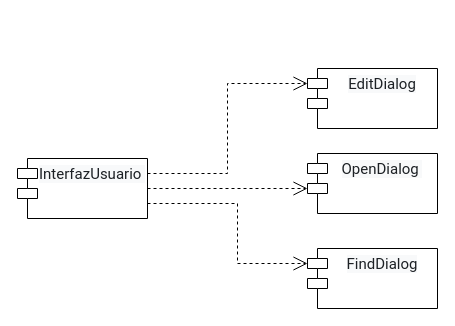
Before: Diagramas componentes.drawio in misiomishi/itcj, a draw.io diagram. Source tidied: cells renumbered, new cells numbered last; positions are measured from the earlier drawing's top-left corner, leaving out a move shared by most shapes. Both pictures are drawn from the tidied source at 100%, with x=0, y=0 at pixel (17, 68).
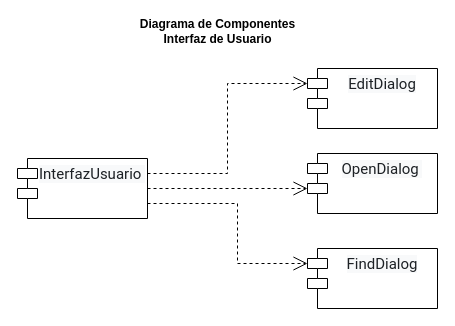
After the change.

Diff of the diagram source:
```diff
@@
 <mxGraphModel>
   <root>
     <mxCell id="0" />
     <mxCell id="1" parent="0" />
     <mxCell id="2" value="&lt;span style=&quot;color: rgb(29, 33, 37); font-family: Roboto; font-size: 15px; text-align: left; background-color: rgb(248, 249, 250);&quot;&gt;InterfazUsuario&amp;nbsp;&lt;/span&gt;" style="shape=module;align=left;spacingLeft=20;align=center;verticalAlign=top;whiteSpace=wrap;html=1;" parent="1" vertex="1">
       <mxGeometry y="90" width="130" height="60" as="geometry" />
     </mxCell>
     <mxCell id="3" value="&lt;span style=&quot;color: rgb(29, 33, 37); font-family: Roboto; font-size: 15px; text-align: left; background-color: rgb(248, 249, 250);&quot;&gt;EditDialog&lt;/span&gt;" style="shape=module;align=left;spacingLeft=20;align=center;verticalAlign=top;whiteSpace=wrap;html=1;" parent="1" vertex="1">
       <mxGeometry x="290" width="130" height="60" as="geometry" />
     </mxCell>
     <mxCell id="4" value="&lt;span style=&quot;color: rgb(29, 33, 37); font-family: Roboto; font-size: 15px; text-align: left; background-color: rgb(248, 249, 250);&quot;&gt;OpenDialog&amp;nbsp;&lt;/span&gt;" style="shape=module;align=left;spacingLeft=20;align=center;verticalAlign=top;whiteSpace=wrap;html=1;" parent="1" vertex="1">
       <mxGeometry x="290" y="85" width="130" height="60" as="geometry" />
     </mxCell>
     <mxCell id="5" value="&lt;span style=&quot;color: rgb(29, 33, 37); font-family: Roboto; font-size: 15px; text-align: left; background-color: rgb(248, 249, 250);&quot;&gt;FindDialog&lt;/span&gt;" style="shape=module;align=left;spacingLeft=20;align=center;verticalAlign=top;whiteSpace=wrap;html=1;" parent="1" vertex="1">
       <mxGeometry x="290" y="180" width="130" height="60" as="geometry" />
     </mxCell>
     <mxCell id="6" style="endArrow=open;endSize=12;dashed=1;html=1;rounded=0;entryX=0;entryY=0;entryDx=0;entryDy=15;entryPerimeter=0;exitX=1;exitY=0.25;exitDx=0;exitDy=0;" parent="1" edge="1" source="2" target="3">
       <mxGeometry relative="1" as="geometry">
         <Array as="points">
           <mxPoint x="210" y="105" />
           <mxPoint x="210" y="15" />
         </Array>
       </mxGeometry>
     </mxCell>
     <mxCell id="7" style="endArrow=open;endSize=12;dashed=1;html=1;rounded=0;exitX=1;exitY=0.5;exitDx=0;exitDy=0;entryX=0;entryY=0;entryDx=0;entryDy=35;entryPerimeter=0;" parent="1" edge="1" source="2" target="4">
       <mxGeometry relative="1" as="geometry" />
     </mxCell>
     <mxCell id="8" style="endArrow=open;endSize=12;dashed=1;html=1;rounded=0;entryX=0;entryY=0;entryDx=0;entryDy=15;entryPerimeter=0;exitX=1;exitY=0.75;exitDx=0;exitDy=0;" parent="1" edge="1" source="2" target="5">
       <mxGeometry relative="1" as="geometry">
         <Array as="points">
           <mxPoint x="220" y="135" />
           <mxPoint x="220" y="195" />
         </Array>
       </mxGeometry>
     </mxCell>
+    <mxCell id="9" value="Diagrama de Componentes&lt;div&gt;Interfaz de Usuario&lt;/div&gt;" style="text;align=center;fontStyle=1;verticalAlign=middle;spacingLeft=3;spacingRight=3;strokeColor=none;html=1;" parent="1" vertex="1">
+      <mxGeometry x="160" y="-50" width="80" height="26" as="geometry" />
+    </mxCell>
   </root>
 </mxGraphModel>
```
